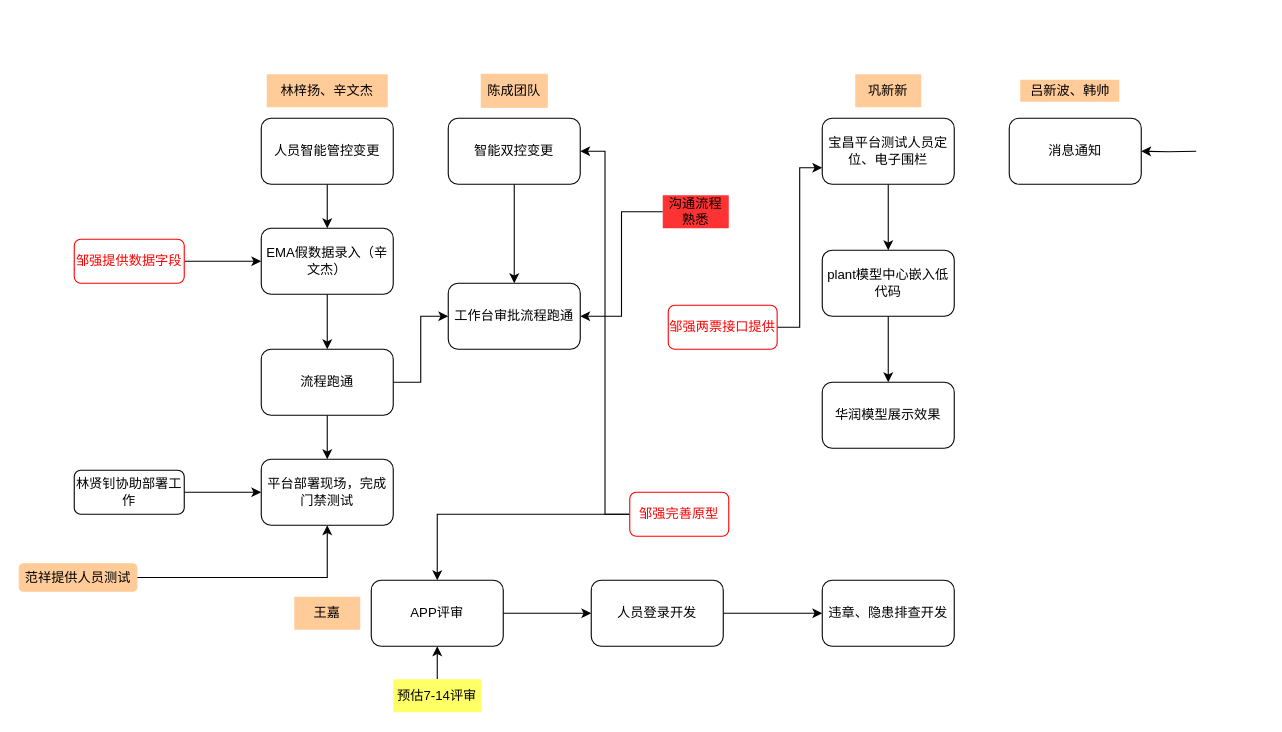
Before: huarun.drawio in xugaoyang/drawio_docs, a draw.io diagram. Source tidied: cells renumbered, new cells numbered last; positions are measured from the earlier drawing's top-left corner, leaving out a move shared by most shapes. Both pictures are drawn from the tidied source at 110%, with x=0, y=0 at pixel (19, 74).
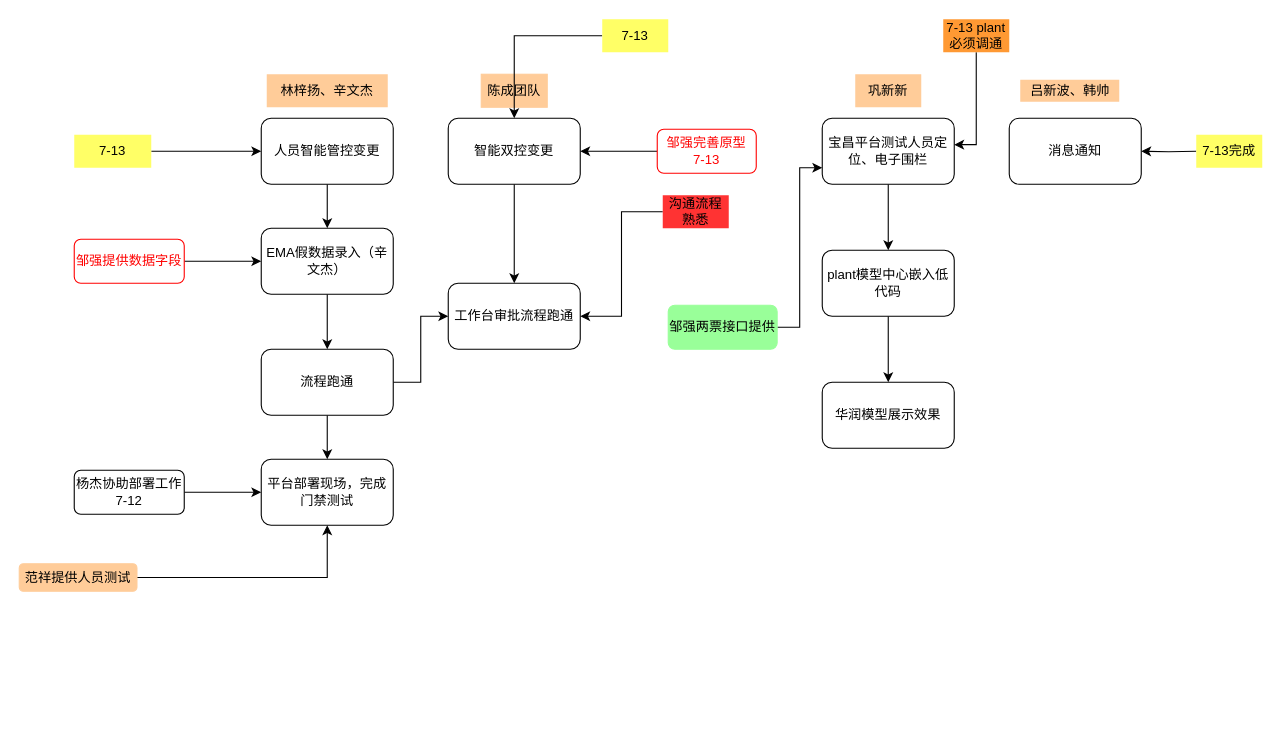
Above is the later version.

The change refers to these unchanged cells:
```xml
<mxCell id="3" value="人员智能管控变更" style="rounded=1;whiteSpace=wrap;html=1;" parent="1" vertex="1">
  <mxGeometry x="220" y="40" width="120" height="60" as="geometry" />
</mxCell>
<mxCell id="8" value="宝昌平台测试人员定位、电子围栏" style="rounded=1;whiteSpace=wrap;html=1;" parent="1" vertex="1">
  <mxGeometry x="730" y="40" width="120" height="60" as="geometry" />
</mxCell>
<mxCell id="16" value="智能双控变更" style="rounded=1;whiteSpace=wrap;html=1;" parent="1" vertex="1">
  <mxGeometry x="390" y="40" width="120" height="60" as="geometry" />
</mxCell>
```

The edit, as a diff of the source:
```diff
@@
-    <mxCell id="23" style="edgeStyle=orthogonalEdgeStyle;rounded=0;jettySize=auto;html=1;" parent="1" edge="1" source="24" target="27">
-      <mxGeometry relative="1" as="geometry" />
-    </mxCell>
-    <mxCell id="24" value="APP评审" style="rounded=1;whiteSpace=wrap;html=1;" parent="1" vertex="1">
-      <mxGeometry x="320" y="460" width="120" height="60" as="geometry" />
-    </mxCell>
-    <mxCell id="25" value="违章、隐患排查开发" style="whiteSpace=wrap;html=1;rounded=1;" parent="1" vertex="1">
-      <mxGeometry x="730" y="460" width="120" height="60" as="geometry" />
-    </mxCell>
-    <mxCell id="26" style="edgeStyle=orthogonalEdgeStyle;rounded=0;jettySize=auto;html=1;" parent="1" edge="1" source="27" target="25">
-      <mxGeometry relative="1" as="geometry" />
-    </mxCell>
-    <mxCell id="27" value="人员登录开发" style="rounded=1;whiteSpace=wrap;html=1;" parent="1" vertex="1">
-      <mxGeometry x="520" y="460" width="120" height="60" as="geometry" />
-    </mxCell>
-    <mxCell id="28" value="王嘉" style="text;html=1;strokeColor=none;fillColor=#FFCC99;align=center;verticalAlign=middle;whiteSpace=wrap;rounded=0;shadow=0;" parent="1" vertex="1">
-      <mxGeometry x="250" y="475" width="60" height="30" as="geometry" />
-    </mxCell>
@@
-    <mxCell id="31" style="edgeStyle=orthogonalEdgeStyle;rounded=0;jettySize=auto;html=1;entryX=0.5;entryY=0;entryDx=0;entryDy=0;" parent="1" edge="1" source="33" target="24">
-      <mxGeometry relative="1" as="geometry" />
-    </mxCell>
@@
-    <mxCell id="33" value="&lt;font color=&quot;#ff0000&quot;&gt;邹强完善原型&lt;/font&gt;" style="rounded=1;whiteSpace=wrap;html=1;strokeColor=#FF0000;" parent="1" vertex="1">
-      <mxGeometry x="555" y="380" width="90" height="40" as="geometry" />
+    <mxCell id="33" value="&lt;font color=&quot;#ff0000&quot;&gt;邹强完善原型&lt;br&gt;7-13&lt;/font&gt;" style="rounded=1;whiteSpace=wrap;html=1;strokeColor=#FF0000;" parent="1" vertex="1">
+      <mxGeometry x="580" y="50" width="90" height="40" as="geometry" />
     </mxCell>
@@
-    <mxCell id="35" value="邹强两票接口提供" style="rounded=1;whiteSpace=wrap;html=1;fontColor=#FF0000;strokeColor=#FF0000;" parent="1" vertex="1">
+    <mxCell id="35" value="&lt;font color=&quot;#000000&quot;&gt;邹强两票接口提供&lt;/font&gt;" style="rounded=1;whiteSpace=wrap;html=1;fontColor=#FF0000;strokeColor=#99FF99;fillColor=#99FF99;" parent="1" vertex="1">
       <mxGeometry x="590" y="210" width="99" height="40" as="geometry" />
     </mxCell>
@@
-    <mxCell id="37" value="&lt;font color=&quot;#000000&quot;&gt;林贤钊协助部署工作&lt;/font&gt;" style="rounded=1;whiteSpace=wrap;html=1;fontColor=#FF0000;strokeColor=#000000;" parent="1" vertex="1">
+    <mxCell id="37" value="&lt;font color=&quot;#000000&quot;&gt;杨杰协助部署工作&lt;br&gt;7-12&lt;br&gt;&lt;/font&gt;" style="rounded=1;whiteSpace=wrap;html=1;fontColor=#FF0000;strokeColor=#000000;" parent="1" vertex="1">
       <mxGeometry x="50" y="360" width="100" height="40" as="geometry" />
     </mxCell>
@@
-    <mxCell id="43" style="edgeStyle=orthogonalEdgeStyle;rounded=0;jettySize=auto;html=1;fontColor=#000000;" parent="1" edge="1" source="44" target="24">
-      <mxGeometry relative="1" as="geometry" />
-    </mxCell>
-    <mxCell id="44" value="预估7-14评审" style="text;html=1;strokeColor=none;fillColor=#FFFF66;align=center;verticalAlign=middle;whiteSpace=wrap;rounded=0;shadow=0;fontColor=#000000;" parent="1" vertex="1">
-      <mxGeometry x="340" y="550" width="80" height="30" as="geometry" />
-    </mxCell>
+    <mxCell id="45" value="7-13完成" style="text;html=1;strokeColor=none;fillColor=#FFFF66;align=center;verticalAlign=middle;whiteSpace=wrap;rounded=0;" parent="1" vertex="1">
+      <mxGeometry x="1070" y="55" width="60" height="30" as="geometry" />
+    </mxCell>
+    <mxCell id="46" style="edgeStyle=orthogonalEdgeStyle;rounded=0;jettySize=auto;html=1;" parent="1" edge="1" source="47" target="16">
+      <mxGeometry relative="1" as="geometry" />
+    </mxCell>
+    <mxCell id="47" value="7-13" style="text;html=1;strokeColor=none;fillColor=#FFFF66;align=center;verticalAlign=middle;whiteSpace=wrap;rounded=0;" parent="1" vertex="1">
+      <mxGeometry x="530" y="-50" width="60" height="30" as="geometry" />
+    </mxCell>
+    <mxCell id="48" style="edgeStyle=orthogonalEdgeStyle;rounded=0;jettySize=auto;html=1;entryX=0;entryY=0.5;entryDx=0;entryDy=0;" parent="1" edge="1" source="49" target="3">
+      <mxGeometry relative="1" as="geometry" />
+    </mxCell>
+    <mxCell id="49" value="7-13" style="text;html=1;strokeColor=none;fillColor=#FFFF66;align=center;verticalAlign=middle;whiteSpace=wrap;rounded=0;" parent="1" vertex="1">
+      <mxGeometry x="50" y="55" width="70" height="30" as="geometry" />
+    </mxCell>
+    <mxCell id="50" style="edgeStyle=orthogonalEdgeStyle;rounded=0;jettySize=auto;html=1;entryX=1;entryY=0.4;entryDx=0;entryDy=0;entryPerimeter=0;" parent="1" edge="1" source="51" target="8">
+      <mxGeometry relative="1" as="geometry" />
+    </mxCell>
+    <mxCell id="51" value="7-13 plant必须调通" style="text;html=1;strokeColor=none;fillColor=#FF9933;align=center;verticalAlign=middle;whiteSpace=wrap;rounded=0;" parent="1" vertex="1">
+      <mxGeometry x="840" y="-50" width="60" height="30" as="geometry" />
+    </mxCell>
```
